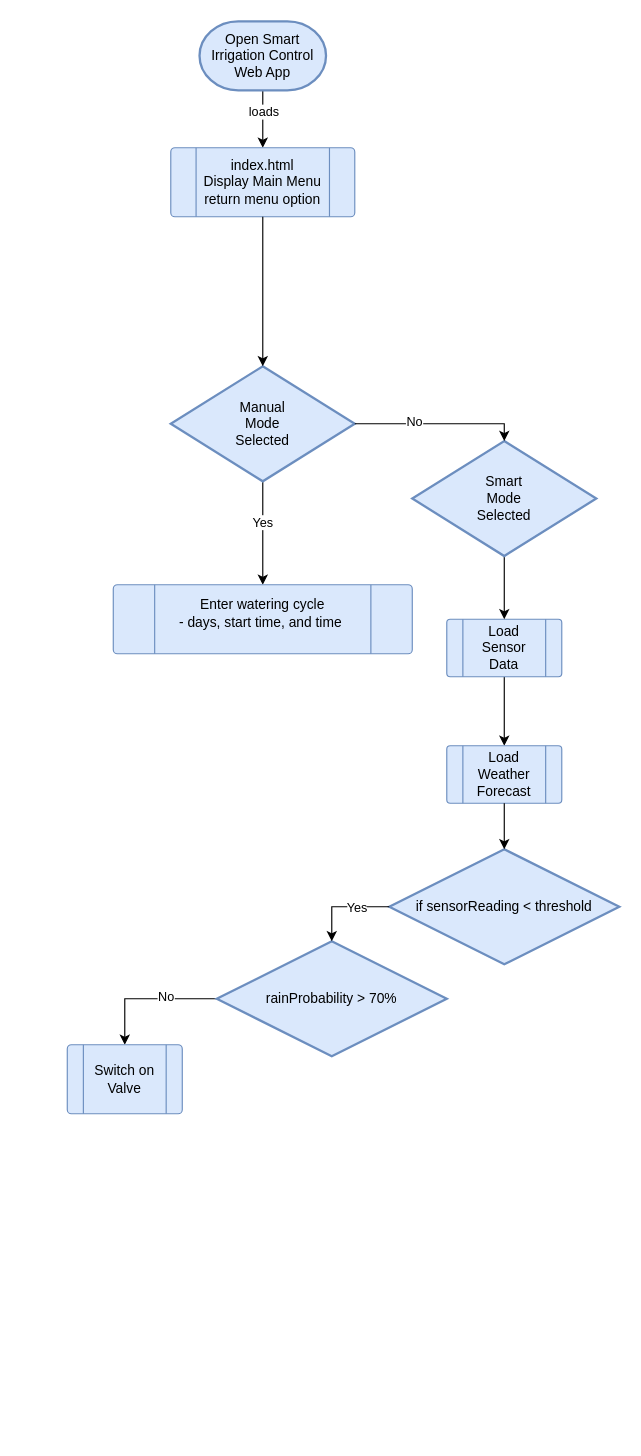
Above: Smart Irrigation System.drawio in jessicapollard/at1 (draw.io), before the change. Source tidied: cells renumbered, new cells numbered last; positions are measured from the earlier drawing's top-left corner, leaving out a move shared by most shapes. Both pictures are drawn from the tidied source at 115%, with x=0, y=0 at pixel (67, 21).
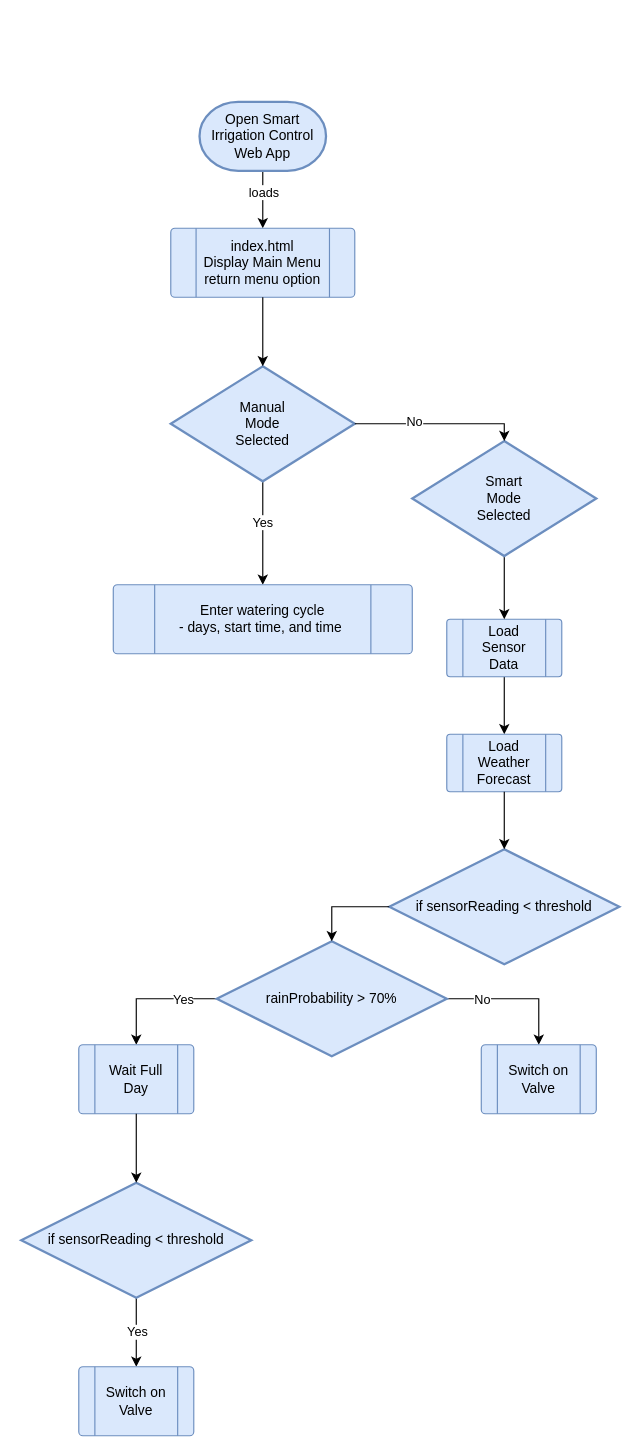
The same page after the edit.

Unchanged cells that the change refers to:
```xml
<mxCell id="26" style="edgeStyle=orthogonalEdgeStyle;rounded=0;jettySize=auto;html=1;exitX=0;exitY=0.5;exitDx=0;exitDy=0;exitPerimeter=0;entryX=0.5;entryY=0;entryDx=0;entryDy=0;" parent="1" edge="1" source="28" target="31">
  <mxGeometry relative="1" as="geometry" />
</mxCell>
<mxCell id="28" value="rainProbability &amp;gt; 70%" style="strokeWidth=2;html=1;shape=mxgraph.flowchart.decision;whiteSpace=wrap;fillColor=#dae8fc;strokeColor=#6c8ebf;" parent="1" vertex="1">
  <mxGeometry x="130" y="800" width="200" height="100" as="geometry" />
</mxCell>
<mxCell id="29" style="edgeStyle=orthogonalEdgeStyle;rounded=0;jettySize=auto;html=1;exitX=0;exitY=0.5;exitDx=0;exitDy=0;exitPerimeter=0;entryX=0.5;entryY=0;entryDx=0;entryDy=0;entryPerimeter=0;" parent="1" edge="1" source="24" target="28">
  <mxGeometry relative="1" as="geometry" />
</mxCell>
```

Change to the diagram source:
```diff
@@
     <mxCell id="4" value="Open Smart Irrigation Control Web App" style="strokeWidth=2;html=1;shape=mxgraph.flowchart.terminator;whiteSpace=wrap;fillColor=#dae8fc;strokeColor=#6c8ebf;" parent="1" vertex="1">
-      <mxGeometry x="115" width="110" height="60" as="geometry" />
+      <mxGeometry x="115" y="70" width="110" height="60" as="geometry" />
     </mxCell>
     <mxCell id="5" style="verticalLabelPosition=bottom;verticalAlign=top;html=1;shape=process;whiteSpace=wrap;rounded=1;size=0.14;arcSize=6;fillColor=#dae8fc;strokeColor=#6c8ebf;" parent="1" vertex="1">
-      <mxGeometry x="90" y="110" width="160" height="60" as="geometry" />
+      <mxGeometry x="90" y="180" width="160" height="60" as="geometry" />
     </mxCell>
     <mxCell id="6" value="index.html&lt;div&gt;Display Main Menu&lt;/div&gt;&lt;div&gt;return menu option&lt;/div&gt;" style="text;html=1;align=center;verticalAlign=middle;whiteSpace=wrap;rounded=0;" parent="1" vertex="1">
-      <mxGeometry x="110" y="125" width="120" height="30" as="geometry" />
+      <mxGeometry x="110" y="195" width="120" height="30" as="geometry" />
     </mxCell>
@@
     <mxCell id="20" value="Enter watering cycle&lt;div&gt;- days, start time, and time&amp;nbsp;&lt;/div&gt;" style="text;html=1;align=center;verticalAlign=middle;whiteSpace=wrap;rounded=0;" parent="1" vertex="1">
-      <mxGeometry x="80" y="500" width="180" height="30" as="geometry" />
+      <mxGeometry x="80" y="505" width="180" height="30" as="geometry" />
     </mxCell>
@@
     <mxCell id="22" style="verticalLabelPosition=bottom;verticalAlign=top;html=1;shape=process;whiteSpace=wrap;rounded=1;size=0.14;arcSize=6;fillColor=#dae8fc;strokeColor=#6c8ebf;" parent="1" vertex="1">
-      <mxGeometry x="330" y="630" width="100" height="50" as="geometry" />
+      <mxGeometry x="330" y="620" width="100" height="50" as="geometry" />
     </mxCell>
     <mxCell id="23" value="Load Weather Forecast" style="text;html=1;align=center;verticalAlign=middle;whiteSpace=wrap;rounded=0;" parent="1" vertex="1">
-      <mxGeometry x="350" y="640" width="60" height="30" as="geometry" />
+      <mxGeometry x="350" y="630" width="60" height="30" as="geometry" />
     </mxCell>
@@
-    <mxCell id="27" value="No" style="edgeLabel;html=1;align=center;verticalAlign=middle;" parent="26" vertex="1">
+    <mxCell id="27" value="Yes" style="edgeLabel;html=1;align=center;verticalAlign=middle;" parent="26" vertex="1">
       <mxGeometry x="-0.2" y="-3" relative="1" as="geometry">
-        <mxPoint x="3" as="offset" />
+        <mxPoint x="14" y="3" as="offset" />
       </mxGeometry>
     </mxCell>
+    <mxCell id="33" style="edgeStyle=orthogonalEdgeStyle;rounded=0;jettySize=auto;html=1;exitX=1;exitY=0.5;exitDx=0;exitDy=0;exitPerimeter=0;entryX=0.5;entryY=0;entryDx=0;entryDy=0;" parent="1" edge="1" source="28" target="35">
+      <mxGeometry relative="1" as="geometry" />
+    </mxCell>
+    <mxCell id="34" value="No" style="edgeLabel;html=1;align=center;verticalAlign=middle;" parent="33" vertex="1">
+      <mxGeometry x="-0.38" y="2" relative="1" as="geometry">
+        <mxPoint x="-7" y="2" as="offset" />
+      </mxGeometry>
+    </mxCell>
@@
+    <mxCell id="31" style="verticalLabelPosition=bottom;verticalAlign=top;html=1;shape=process;whiteSpace=wrap;rounded=1;size=0.14;arcSize=6;fillColor=#dae8fc;strokeColor=#6c8ebf;" parent="1" vertex="1">
+      <mxGeometry x="10" y="890" width="100" height="60" as="geometry" />
+    </mxCell>
+    <mxCell id="35" style="verticalLabelPosition=bottom;verticalAlign=top;html=1;shape=process;whiteSpace=wrap;rounded=1;size=0.14;arcSize=6;fillColor=#dae8fc;strokeColor=#6c8ebf;" parent="1" vertex="1">
+      <mxGeometry x="360" y="890" width="100" height="60" as="geometry" />
+    </mxCell>
+    <mxCell id="36" value="Wait Full Day" style="text;html=1;align=center;verticalAlign=middle;whiteSpace=wrap;rounded=0;" parent="1" vertex="1">
+      <mxGeometry x="30" y="905" width="60" height="30" as="geometry" />
+    </mxCell>
+    <mxCell id="32" value="Switch on Valve" style="text;html=1;align=center;verticalAlign=middle;whiteSpace=wrap;rounded=0;" parent="1" vertex="1">
+      <mxGeometry x="380" y="905" width="60" height="30" as="geometry" />
+    </mxCell>
+    <mxCell id="37" style="edgeStyle=orthogonalEdgeStyle;rounded=0;jettySize=auto;html=1;exitX=0.5;exitY=1;exitDx=0;exitDy=0;exitPerimeter=0;entryX=0.5;entryY=0;entryDx=0;entryDy=0;" parent="1" edge="1" source="38" target="40">
+      <mxGeometry relative="1" as="geometry" />
+    </mxCell>
-    <mxCell id="30" value="Yes" style="edgeLabel;html=1;align=center;verticalAlign=middle;" parent="29" vertex="1">
-      <mxGeometry x="-0.19" y="2" relative="1" as="geometry">
-        <mxPoint x="3" y="-2" as="offset" />
-      </mxGeometry>
+    <mxCell id="30" value="Yes" style="edgeLabel;html=1;align=center;verticalAlign=middle;" parent="37" vertex="1">
+      <mxGeometry x="-0.05" relative="1" as="geometry" />
     </mxCell>
-    <mxCell id="31" style="verticalLabelPosition=bottom;verticalAlign=top;html=1;shape=process;whiteSpace=wrap;rounded=1;size=0.14;arcSize=6;fillColor=#dae8fc;strokeColor=#6c8ebf;" parent="1" vertex="1">
-      <mxGeometry y="890" width="100" height="60" as="geometry" />
-    </mxCell>
-    <mxCell id="32" value="Switch on Valve" style="text;html=1;align=center;verticalAlign=middle;whiteSpace=wrap;rounded=0;" parent="1" vertex="1">
-      <mxGeometry x="20" y="905" width="60" height="30" as="geometry" />
-    </mxCell>
+    <mxCell id="38" value="if sensorReading &amp;lt; threshold" style="strokeWidth=2;html=1;shape=mxgraph.flowchart.decision;whiteSpace=wrap;fillColor=#dae8fc;strokeColor=#6c8ebf;" parent="1" vertex="1">
+      <mxGeometry x="-40" y="1010" width="200" height="100" as="geometry" />
+    </mxCell>
+    <mxCell id="39" style="edgeStyle=orthogonalEdgeStyle;rounded=0;jettySize=auto;html=1;exitX=0.5;exitY=1;exitDx=0;exitDy=0;entryX=0.5;entryY=0;entryDx=0;entryDy=0;entryPerimeter=0;" parent="1" edge="1" source="31" target="38">
+      <mxGeometry relative="1" as="geometry" />
+    </mxCell>
+    <mxCell id="40" style="verticalLabelPosition=bottom;verticalAlign=top;html=1;shape=process;whiteSpace=wrap;rounded=1;size=0.14;arcSize=6;fillColor=#dae8fc;strokeColor=#6c8ebf;" parent="1" vertex="1">
+      <mxGeometry x="10" y="1170" width="100" height="60" as="geometry" />
+    </mxCell>
+    <mxCell id="41" value="Switch on Valve" style="text;html=1;align=center;verticalAlign=middle;whiteSpace=wrap;rounded=0;" parent="1" vertex="1">
+      <mxGeometry x="30" y="1185" width="60" height="30" as="geometry" />
+    </mxCell>
```
